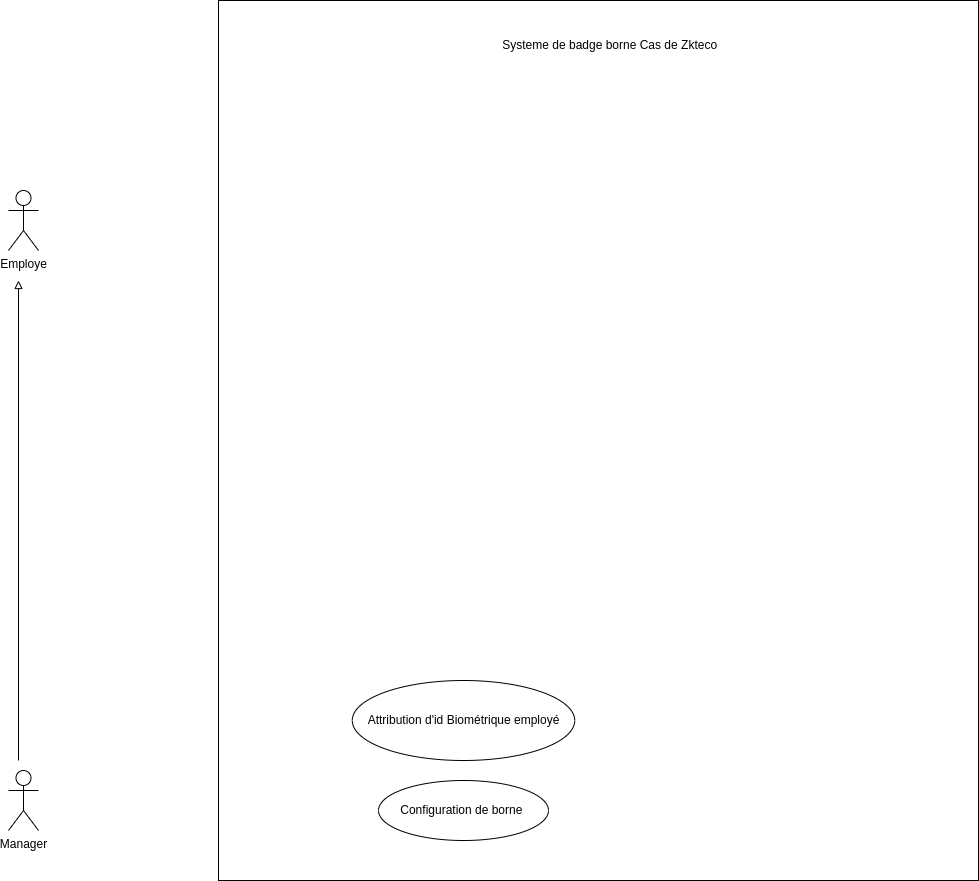
Siluearsene/borne_biometrique keeps this draw.io diagram as static/UsecaseZkteco.drawio.png. Above is the earlier version. Source tidied: cells renumbered, new cells last; positions are measured from the earlier drawing's top-left corner, leaving out a move shared by most shapes.
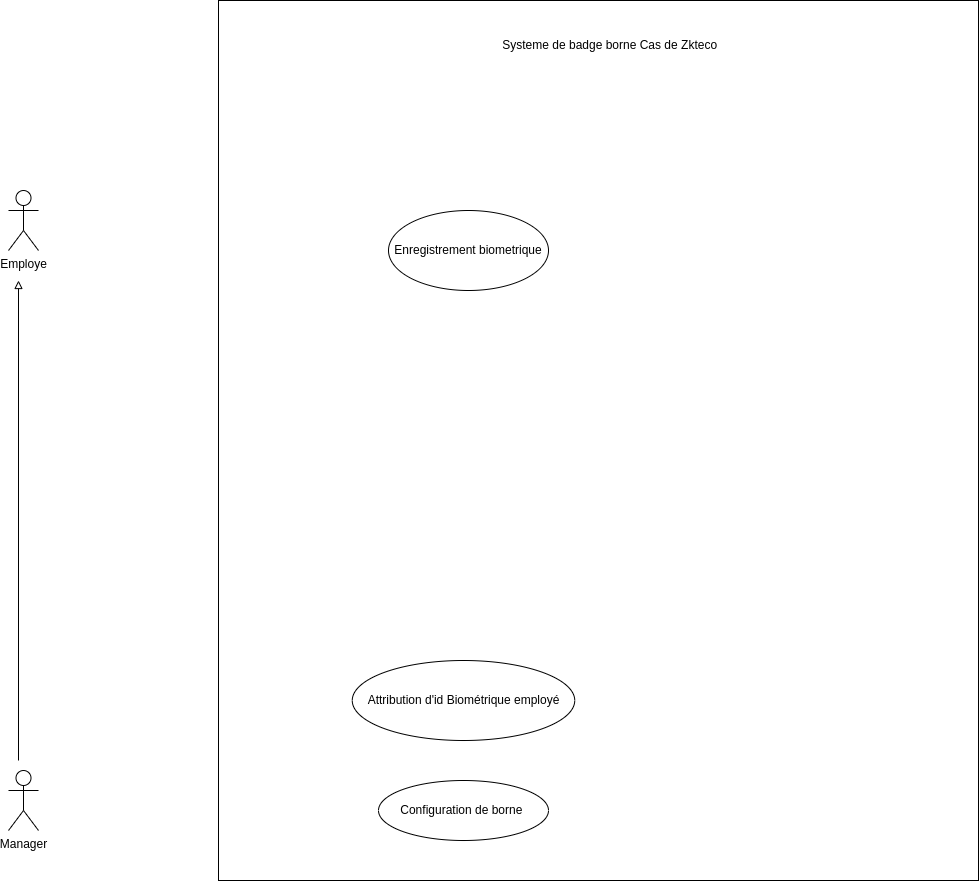
The same diagram one commit later.

Commit message:
Mettre à jour UsecaseZkteco.drawio.png

The edit, as a diff of the source:
```diff
@@ -24,7 +24,10 @@
       <mxGeometry x="370" y="780" width="170" height="60" as="geometry" />
     </mxCell>
     <mxCell id="8" value="Attribution d'id Biométrique employé" style="ellipse;whiteSpace=wrap;html=1;" parent="1" vertex="1">
-      <mxGeometry x="343.8" y="680" width="222.5" height="80" as="geometry" />
+      <mxGeometry x="343.8" y="660" width="222.5" height="80" as="geometry" />
     </mxCell>
+    <mxCell id="9" value="Enregistrement biometrique" style="ellipse;whiteSpace=wrap;html=1;" parent="1" vertex="1">
+      <mxGeometry x="380" y="210" width="160" height="80" as="geometry" />
+    </mxCell>
   </root>
 </mxGraphModel>
```
